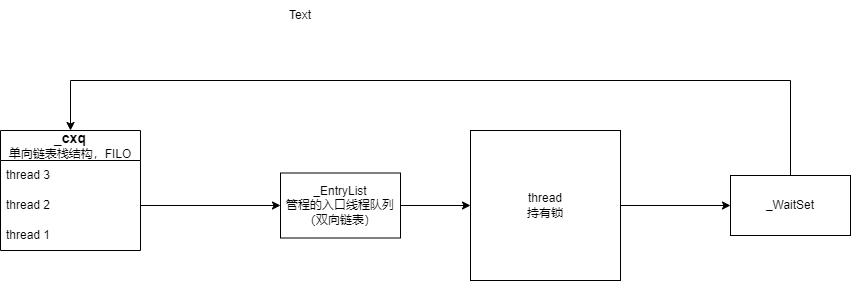
This is java/synchronized加锁流程分析.drawio.png from dearliwenhui/mydraw, a draw.io export, as it was before one commit. Source tidied: cells renumbered, new cells last; positions are measured from the earlier drawing's top-left corner, leaving out a move shared by most shapes.
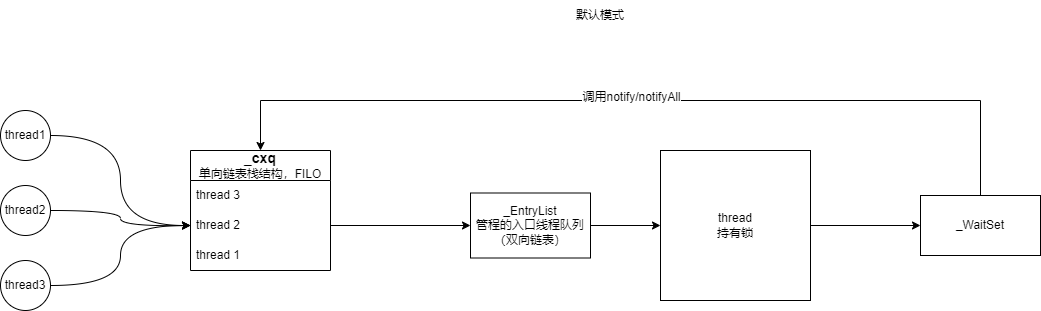
Later version of the same file.

Commit message:
更新synchronized加锁流程分析.drawio.png

Change to the diagram source:
```diff
@@ -31,6 +31,11 @@
         </Array>
       </mxGeometry>
     </mxCell>
+    <mxCell id="14" value="调用notify/notifyAll" style="edgeLabel;html=1;align=center;verticalAlign=middle;" parent="9" vertex="1">
+      <mxGeometry x="0.14" y="-4" relative="1" as="geometry">
+        <mxPoint x="50" as="offset" />
+      </mxGeometry>
+    </mxCell>
     <mxCell id="10" value="_WaitSet&lt;br&gt;" style="rounded=0;whiteSpace=wrap;html=1;" parent="1" vertex="1">
       <mxGeometry x="730" y="175" width="120" height="60" as="geometry" />
     </mxCell>
@@ -40,8 +45,32 @@
     <mxCell id="12" value="thread&lt;br&gt;持有锁" style="rounded=0;whiteSpace=wrap;html=1;" parent="1" vertex="1">
       <mxGeometry x="470" y="130" width="150" height="150" as="geometry" />
     </mxCell>
-    <mxCell id="13" value="Text" style="text;html=1;strokeColor=none;fillColor=none;align=center;verticalAlign=middle;whiteSpace=wrap;rounded=0;" parent="1" vertex="1">
-      <mxGeometry x="270" width="60" height="30" as="geometry" />
+    <mxCell id="13" value="默认模式" style="text;html=1;strokeColor=none;fillColor=none;align=center;verticalAlign=middle;whiteSpace=wrap;rounded=0;" parent="1" vertex="1">
+      <mxGeometry x="380" y="-20" width="60" height="30" as="geometry" />
     </mxCell>
+    <mxCell id="15" style="edgeStyle=orthogonalEdgeStyle;rounded=0;jettySize=auto;html=1;exitX=1;exitY=0.5;exitDx=0;exitDy=0;curved=1;" parent="1" edge="1" source="16" target="4">
+      <mxGeometry relative="1" as="geometry" />
+    </mxCell>
+    <mxCell id="16" value="thread1" style="ellipse;whiteSpace=wrap;html=1;" parent="1" vertex="1">
+      <mxGeometry x="-190" y="90" width="50" height="50" as="geometry" />
+    </mxCell>
+    <mxCell id="17" style="edgeStyle=orthogonalEdgeStyle;rounded=0;jettySize=auto;html=1;exitX=1;exitY=0.5;exitDx=0;exitDy=0;curved=1;" parent="1" edge="1" source="18">
+      <mxGeometry relative="1" as="geometry">
+        <mxPoint y="205" as="targetPoint" />
+        <Array as="points">
+          <mxPoint x="-70" y="190" />
+          <mxPoint x="-70" y="206" />
+        </Array>
+      </mxGeometry>
+    </mxCell>
+    <mxCell id="18" value="thread2" style="ellipse;whiteSpace=wrap;html=1;" parent="1" vertex="1">
+      <mxGeometry x="-190" y="165" width="50" height="50" as="geometry" />
+    </mxCell>
+    <mxCell id="19" style="edgeStyle=orthogonalEdgeStyle;rounded=0;jettySize=auto;html=1;exitX=1;exitY=0.5;exitDx=0;exitDy=0;entryX=0;entryY=0.5;entryDx=0;entryDy=0;curved=1;" parent="1" edge="1" source="20" target="4">
+      <mxGeometry relative="1" as="geometry" />
+    </mxCell>
+    <mxCell id="20" value="thread3" style="ellipse;whiteSpace=wrap;html=1;" parent="1" vertex="1">
+      <mxGeometry x="-190" y="240" width="50" height="50" as="geometry" />
+    </mxCell>
   </root>
 </mxGraphModel>
```
